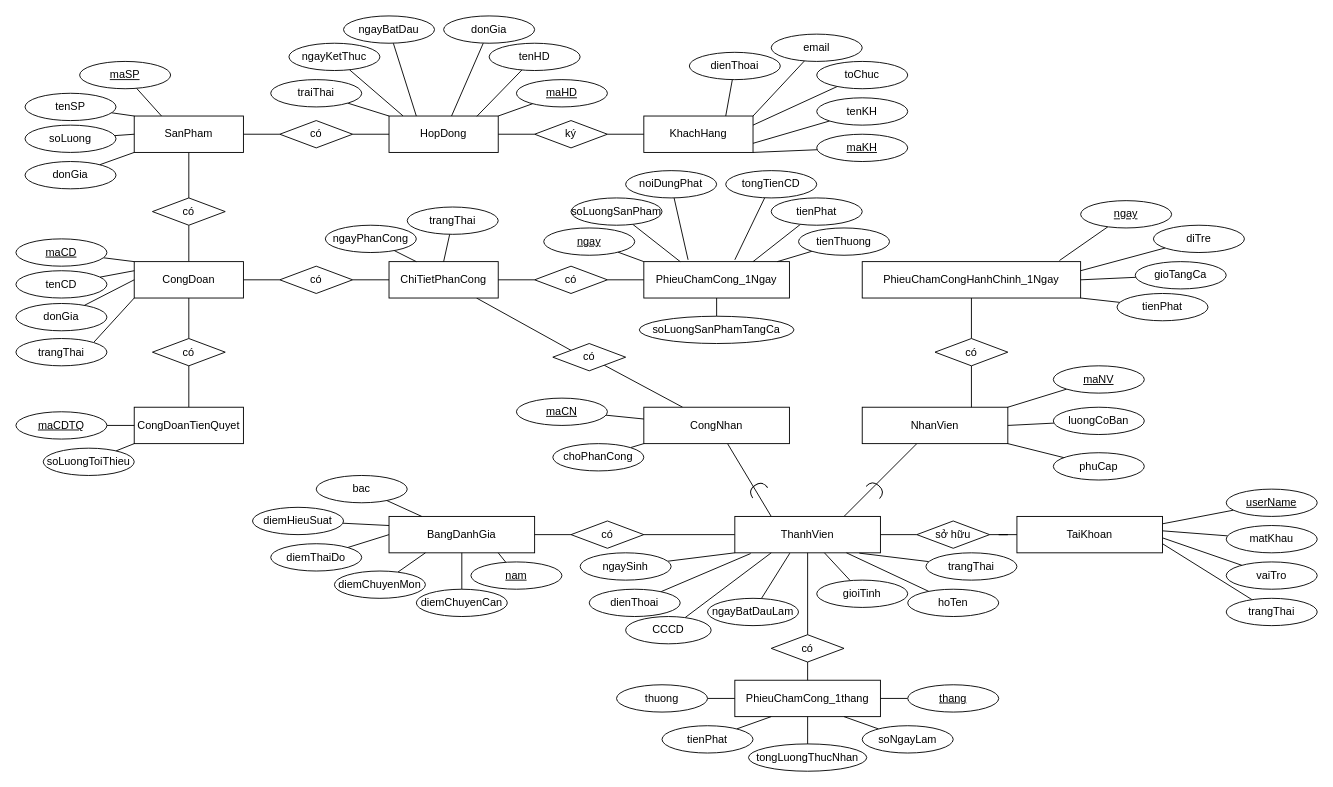
This is page "EER" (3 of 4) of EntityRelationshipDiagram.drawio from TomTom2k/-management-of-a-ceramic-processing-company, a draw.io file, before an edit. Source tidied: cells renumbered, new cells numbered last; positions are measured from the earlier drawing's top-left corner, leaving out a move shared by most shapes. Both pictures are drawn from the tidied source at 91%, with x=0, y=0 at pixel (15, 15).
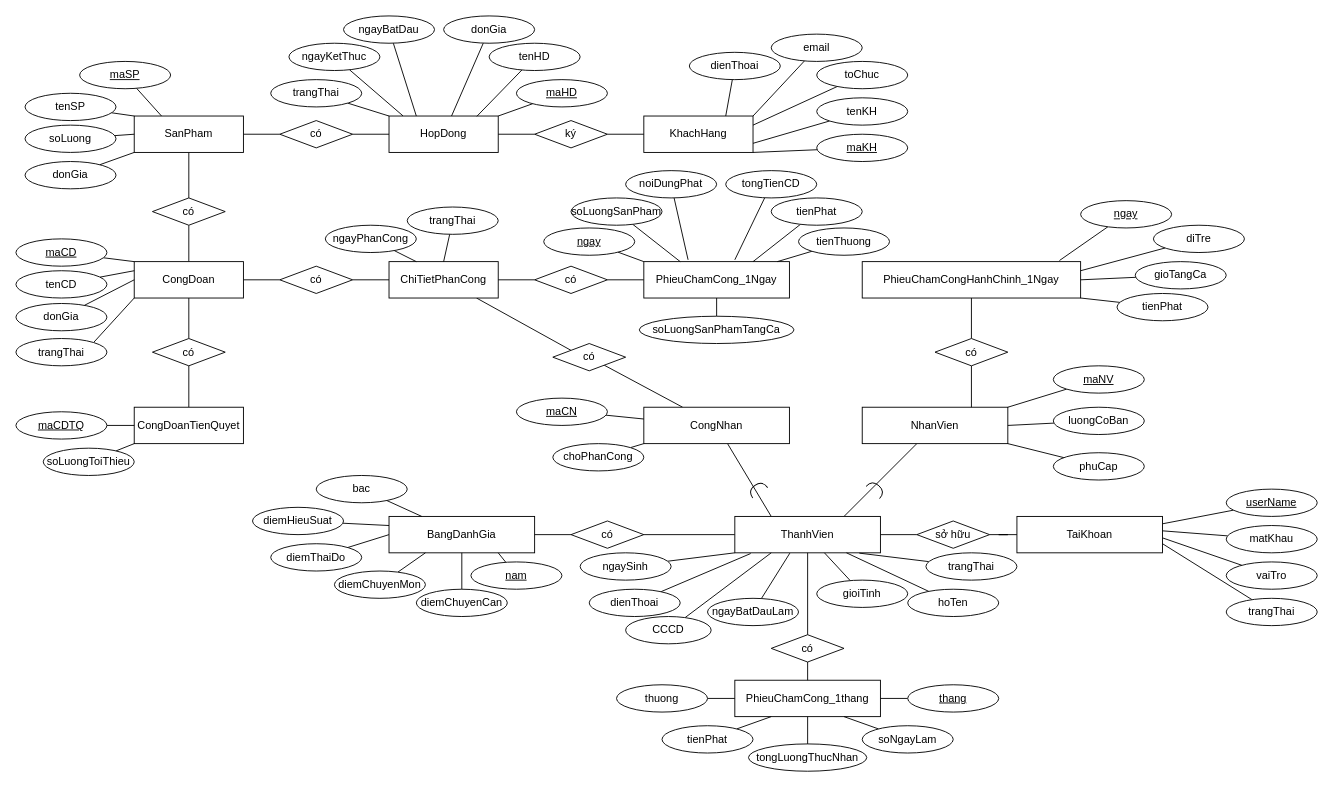
Above is the later version.

Change to the diagram source:
```diff
@@
-    <mxCell id="164" value="traiThai" style="ellipse;whiteSpace=wrap;html=1;align=center;fontStyle=0;" parent="1" vertex="1">
+    <mxCell id="164" value="trangThai" style="ellipse;whiteSpace=wrap;html=1;align=center;fontStyle=0;" parent="1" vertex="1">
       <mxGeometry x="280" y="70" width="100" height="30" as="geometry" />
     </mxCell>
```
